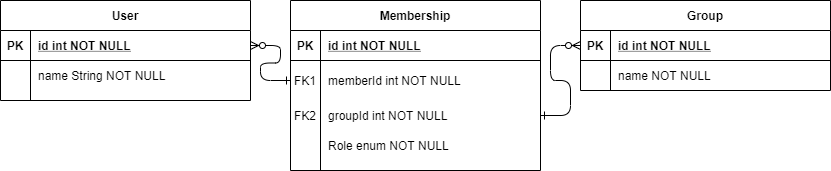
The draw.io diagram DBMS/groupSystem_rDBM.png in placetobeer/documentation, before a commit. Source tidied: cells renumbered, new cells last; positions are measured from the earlier drawing's top-left corner, leaving out a move shared by most shapes. Its diagram source:
```xml
<mxGraphModel>
  <root>
    <mxCell id="0" />
    <mxCell id="1" parent="0" />
    <mxCell id="2" style="edgeStyle=entityRelationEdgeStyle;endArrow=ERzeroToMany;startArrow=ERone;endFill=1;startFill=0;" parent="1" edge="1" source="10" target="14">
      <mxGeometry relative="1" as="geometry" />
    </mxCell>
    <mxCell id="3" value="Membership" style="shape=table;startSize=30;rowLines=0;fontStyle=1;align=center;" parent="1" vertex="1">
      <mxGeometry x="290" width="250" height="170" as="geometry" />
    </mxCell>
    <mxCell id="4" style="shape=partialRectangle;fillColor=none;top=0;left=0;right=0;bottom=1;" parent="3" vertex="1">
      <mxGeometry y="30" width="250" height="30" as="geometry" />
    </mxCell>
    <mxCell id="5" value="PK" style="shape=partialRectangle;overflow=hidden;fillColor=none;top=0;left=0;bottom=0;right=0;fontStyle=1;" parent="4" vertex="1">
      <mxGeometry width="30" height="30" as="geometry" />
    </mxCell>
    <mxCell id="6" value="id int NOT NULL " style="shape=partialRectangle;overflow=hidden;fillColor=none;top=0;left=0;bottom=0;right=0;align=left;spacingLeft=6;fontStyle=5;" parent="4" vertex="1">
      <mxGeometry x="30" width="220" height="30" as="geometry" />
    </mxCell>
    <mxCell id="7" style="shape=partialRectangle;fillColor=none;points=[[0,0.5],[1,0.5]];portConstraint=eastwest;top=0;left=0;right=0;bottom=0;" parent="3" vertex="1">
      <mxGeometry y="60" width="250" height="40" as="geometry" />
    </mxCell>
    <mxCell id="8" value="FK1" style="shape=partialRectangle;overflow=hidden;fillColor=none;top=0;left=0;bottom=0;right=0;" parent="7" vertex="1">
      <mxGeometry width="30" height="40" as="geometry" />
    </mxCell>
    <mxCell id="9" value="memberId int NOT NULL" style="shape=partialRectangle;overflow=hidden;fillColor=none;top=0;left=0;bottom=0;right=0;align=left;spacingLeft=6;" parent="7" vertex="1">
      <mxGeometry x="30" width="220" height="40" as="geometry" />
    </mxCell>
    <mxCell id="10" style="shape=partialRectangle;fillColor=none;points=[[0,0.5],[1,0.5]];portConstraint=eastwest;top=0;left=0;right=0;bottom=0;" parent="3" vertex="1">
      <mxGeometry y="100" width="250" height="30" as="geometry" />
    </mxCell>
    <mxCell id="11" value="FK2" style="shape=partialRectangle;overflow=hidden;fillColor=none;top=0;left=0;bottom=0;right=0;" parent="10" vertex="1">
      <mxGeometry width="30" height="30" as="geometry" />
    </mxCell>
    <mxCell id="12" value="groupId int NOT NULL" style="shape=partialRectangle;overflow=hidden;fillColor=none;top=0;left=0;bottom=0;right=0;align=left;spacingLeft=6;" parent="10" vertex="1">
      <mxGeometry x="30" width="220" height="30" as="geometry" />
    </mxCell>
    <mxCell id="13" value="Group" style="shape=table;startSize=30;rowLines=0;fontStyle=1;align=center;" parent="1" vertex="1">
      <mxGeometry x="580" width="250" height="90" as="geometry" />
    </mxCell>
    <mxCell id="14" style="shape=partialRectangle;fillColor=none;points=[[0,0.5],[1,0.5]];portConstraint=eastwest;top=0;left=0;right=0;bottom=1;" parent="13" vertex="1">
      <mxGeometry y="30" width="250" height="30" as="geometry" />
    </mxCell>
    <mxCell id="15" value="PK" style="shape=partialRectangle;overflow=hidden;fillColor=none;top=0;left=0;bottom=0;right=0;fontStyle=1;" parent="14" vertex="1">
      <mxGeometry width="30" height="30" as="geometry" />
    </mxCell>
    <mxCell id="16" value="id int NOT NULL " style="shape=partialRectangle;overflow=hidden;fillColor=none;top=0;left=0;bottom=0;right=0;align=left;spacingLeft=6;fontStyle=5;" parent="14" vertex="1">
      <mxGeometry x="30" width="220" height="30" as="geometry" />
    </mxCell>
    <mxCell id="17" style="shape=partialRectangle;fillColor=none;top=0;left=0;right=0;bottom=0;" parent="13" vertex="1">
      <mxGeometry y="60" width="250" height="30" as="geometry" />
    </mxCell>
    <mxCell id="18" style="shape=partialRectangle;overflow=hidden;fillColor=none;top=0;left=0;bottom=0;right=0;" parent="17" vertex="1">
      <mxGeometry width="30" height="30" as="geometry" />
    </mxCell>
    <mxCell id="19" value="name NOT NULL" style="shape=partialRectangle;overflow=hidden;fillColor=none;top=0;left=0;bottom=0;right=0;align=left;spacingLeft=6;" parent="17" vertex="1">
      <mxGeometry x="30" width="220" height="30" as="geometry" />
    </mxCell>
    <mxCell id="20" value="User" style="shape=table;startSize=30;rowLines=0;fontStyle=1;align=center;" parent="1" vertex="1">
      <mxGeometry width="250" height="100" as="geometry" />
    </mxCell>
    <mxCell id="21" style="shape=partialRectangle;fillColor=none;points=[[0,0.5],[1,0.5]];portConstraint=eastwest;top=0;left=0;right=0;bottom=1;" parent="20" vertex="1">
      <mxGeometry y="30" width="250" height="30" as="geometry" />
    </mxCell>
    <mxCell id="22" value="PK" style="shape=partialRectangle;overflow=hidden;fillColor=none;top=0;left=0;bottom=0;right=0;fontStyle=1;" parent="21" vertex="1">
      <mxGeometry width="30" height="30" as="geometry" />
    </mxCell>
    <mxCell id="23" value="id int NOT NULL " style="shape=partialRectangle;overflow=hidden;fillColor=none;top=0;left=0;bottom=0;right=0;align=left;spacingLeft=6;fontStyle=5;" parent="21" vertex="1">
      <mxGeometry x="30" width="220" height="30" as="geometry" />
    </mxCell>
    <mxCell id="24" style="shape=partialRectangle;fillColor=none;top=0;left=0;right=0;bottom=0;" parent="20" vertex="1">
      <mxGeometry y="60" width="250" height="30" as="geometry" />
    </mxCell>
    <mxCell id="25" style="shape=partialRectangle;overflow=hidden;fillColor=none;top=0;left=0;bottom=0;right=0;" parent="24" vertex="1">
      <mxGeometry width="30" height="30" as="geometry" />
    </mxCell>
    <mxCell id="26" value="name String NOT NULL" style="shape=partialRectangle;overflow=hidden;fillColor=none;top=0;left=0;bottom=0;right=0;align=left;spacingLeft=6;" parent="24" vertex="1">
      <mxGeometry x="30" width="220" height="30" as="geometry" />
    </mxCell>
    <mxCell id="27" value="Role enum NOT NULL" style="shape=partialRectangle;overflow=hidden;fillColor=none;top=0;left=0;bottom=0;right=0;align=left;spacingLeft=6;" parent="1" vertex="1">
      <mxGeometry x="320" y="130" width="220" height="30" as="geometry" />
    </mxCell>
    <mxCell id="28" style="edgeStyle=entityRelationEdgeStyle;endArrow=ERzeroToMany;startArrow=ERone;endFill=1;startFill=0;" parent="1" edge="1" source="7" target="21">
      <mxGeometry relative="1" as="geometry" />
    </mxCell>
  </root>
</mxGraphModel>
```
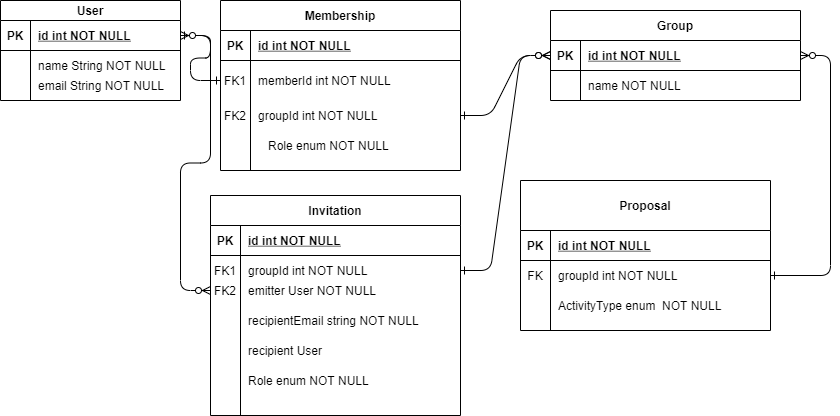
The same file after the commit.

Commit message:
reworked rDBM

The edit, as a diff of the source:
```diff
@@ -6,37 +6,37 @@
       <mxGeometry relative="1" as="geometry" />
     </mxCell>
     <mxCell id="3" value="Membership" style="shape=table;startSize=30;rowLines=0;fontStyle=1;align=center;" parent="1" vertex="1">
-      <mxGeometry x="290" width="250" height="170" as="geometry" />
+      <mxGeometry x="220" width="240" height="170" as="geometry" />
     </mxCell>
     <mxCell id="4" style="shape=partialRectangle;fillColor=none;top=0;left=0;right=0;bottom=1;" parent="3" vertex="1">
-      <mxGeometry y="30" width="250" height="30" as="geometry" />
+      <mxGeometry y="30" width="240" height="30" as="geometry" />
     </mxCell>
     <mxCell id="5" value="PK" style="shape=partialRectangle;overflow=hidden;fillColor=none;top=0;left=0;bottom=0;right=0;fontStyle=1;" parent="4" vertex="1">
       <mxGeometry width="30" height="30" as="geometry" />
     </mxCell>
     <mxCell id="6" value="id int NOT NULL " style="shape=partialRectangle;overflow=hidden;fillColor=none;top=0;left=0;bottom=0;right=0;align=left;spacingLeft=6;fontStyle=5;" parent="4" vertex="1">
-      <mxGeometry x="30" width="220" height="30" as="geometry" />
+      <mxGeometry x="30" width="210" height="30" as="geometry" />
     </mxCell>
     <mxCell id="7" style="shape=partialRectangle;fillColor=none;points=[[0,0.5],[1,0.5]];portConstraint=eastwest;top=0;left=0;right=0;bottom=0;" parent="3" vertex="1">
-      <mxGeometry y="60" width="250" height="40" as="geometry" />
+      <mxGeometry y="60" width="240" height="40" as="geometry" />
     </mxCell>
     <mxCell id="8" value="FK1" style="shape=partialRectangle;overflow=hidden;fillColor=none;top=0;left=0;bottom=0;right=0;" parent="7" vertex="1">
       <mxGeometry width="30" height="40" as="geometry" />
     </mxCell>
     <mxCell id="9" value="memberId int NOT NULL" style="shape=partialRectangle;overflow=hidden;fillColor=none;top=0;left=0;bottom=0;right=0;align=left;spacingLeft=6;" parent="7" vertex="1">
-      <mxGeometry x="30" width="220" height="40" as="geometry" />
+      <mxGeometry x="30" width="210" height="40" as="geometry" />
     </mxCell>
     <mxCell id="10" style="shape=partialRectangle;fillColor=none;points=[[0,0.5],[1,0.5]];portConstraint=eastwest;top=0;left=0;right=0;bottom=0;" parent="3" vertex="1">
-      <mxGeometry y="100" width="250" height="30" as="geometry" />
+      <mxGeometry y="100" width="240" height="30" as="geometry" />
     </mxCell>
     <mxCell id="11" value="FK2" style="shape=partialRectangle;overflow=hidden;fillColor=none;top=0;left=0;bottom=0;right=0;" parent="10" vertex="1">
       <mxGeometry width="30" height="30" as="geometry" />
     </mxCell>
     <mxCell id="12" value="groupId int NOT NULL" style="shape=partialRectangle;overflow=hidden;fillColor=none;top=0;left=0;bottom=0;right=0;align=left;spacingLeft=6;" parent="10" vertex="1">
-      <mxGeometry x="30" width="220" height="30" as="geometry" />
+      <mxGeometry x="30" width="210" height="30" as="geometry" />
     </mxCell>
     <mxCell id="13" value="Group" style="shape=table;startSize=30;rowLines=0;fontStyle=1;align=center;" parent="1" vertex="1">
-      <mxGeometry x="580" width="250" height="90" as="geometry" />
+      <mxGeometry x="550" y="10" width="250" height="90" as="geometry" />
     </mxCell>
     <mxCell id="14" style="shape=partialRectangle;fillColor=none;points=[[0,0.5],[1,0.5]];portConstraint=eastwest;top=0;left=0;right=0;bottom=1;" parent="13" vertex="1">
       <mxGeometry y="30" width="250" height="30" as="geometry" />
@@ -56,32 +56,109 @@
     <mxCell id="19" value="name NOT NULL" style="shape=partialRectangle;overflow=hidden;fillColor=none;top=0;left=0;bottom=0;right=0;align=left;spacingLeft=6;" parent="17" vertex="1">
       <mxGeometry x="30" width="220" height="30" as="geometry" />
     </mxCell>
-    <mxCell id="20" value="User" style="shape=table;startSize=30;rowLines=0;fontStyle=1;align=center;" parent="1" vertex="1">
-      <mxGeometry width="250" height="100" as="geometry" />
+    <mxCell id="20" value="User" style="shape=table;startSize=20;rowLines=0;fontStyle=1;align=center;" parent="1" vertex="1">
+      <mxGeometry width="180" height="100" as="geometry" />
     </mxCell>
     <mxCell id="21" style="shape=partialRectangle;fillColor=none;points=[[0,0.5],[1,0.5]];portConstraint=eastwest;top=0;left=0;right=0;bottom=1;" parent="20" vertex="1">
-      <mxGeometry y="30" width="250" height="30" as="geometry" />
+      <mxGeometry y="20" width="180" height="30" as="geometry" />
     </mxCell>
     <mxCell id="22" value="PK" style="shape=partialRectangle;overflow=hidden;fillColor=none;top=0;left=0;bottom=0;right=0;fontStyle=1;" parent="21" vertex="1">
       <mxGeometry width="30" height="30" as="geometry" />
     </mxCell>
     <mxCell id="23" value="id int NOT NULL " style="shape=partialRectangle;overflow=hidden;fillColor=none;top=0;left=0;bottom=0;right=0;align=left;spacingLeft=6;fontStyle=5;" parent="21" vertex="1">
-      <mxGeometry x="30" width="220" height="30" as="geometry" />
+      <mxGeometry x="30" width="150" height="30" as="geometry" />
     </mxCell>
     <mxCell id="24" style="shape=partialRectangle;fillColor=none;top=0;left=0;right=0;bottom=0;" parent="20" vertex="1">
-      <mxGeometry y="60" width="250" height="30" as="geometry" />
+      <mxGeometry y="50" width="180" height="30" as="geometry" />
     </mxCell>
     <mxCell id="25" style="shape=partialRectangle;overflow=hidden;fillColor=none;top=0;left=0;bottom=0;right=0;" parent="24" vertex="1">
       <mxGeometry width="30" height="30" as="geometry" />
     </mxCell>
     <mxCell id="26" value="name String NOT NULL" style="shape=partialRectangle;overflow=hidden;fillColor=none;top=0;left=0;bottom=0;right=0;align=left;spacingLeft=6;" parent="24" vertex="1">
-      <mxGeometry x="30" width="220" height="30" as="geometry" />
+      <mxGeometry x="30" width="150" height="30" as="geometry" />
     </mxCell>
+    <mxCell id="29" style="edgeStyle=entityRelationEdgeStyle;endArrow=ERzeroToMany;startArrow=ERone;endFill=1;startFill=0;" parent="20" edge="1" source="21">
+      <mxGeometry relative="1" as="geometry">
+        <mxPoint x="210" y="290" as="targetPoint" />
+      </mxGeometry>
+    </mxCell>
     <mxCell id="27" value="Role enum NOT NULL" style="shape=partialRectangle;overflow=hidden;fillColor=none;top=0;left=0;bottom=0;right=0;align=left;spacingLeft=6;" parent="1" vertex="1">
-      <mxGeometry x="320" y="130" width="220" height="30" as="geometry" />
+      <mxGeometry x="260" y="130" width="220" height="30" as="geometry" />
     </mxCell>
     <mxCell id="28" style="edgeStyle=entityRelationEdgeStyle;endArrow=ERzeroToMany;startArrow=ERone;endFill=1;startFill=0;" parent="1" edge="1" source="7" target="21">
       <mxGeometry relative="1" as="geometry" />
     </mxCell>
+    <mxCell id="30" value="Proposal" style="shape=table;startSize=50;rowLines=0;fontStyle=1;align=center;" parent="1" vertex="1">
+      <mxGeometry x="520" y="180" width="250" height="150" as="geometry" />
+    </mxCell>
+    <mxCell id="31" style="shape=partialRectangle;fillColor=none;top=0;left=0;right=0;bottom=1;" parent="30" vertex="1">
+      <mxGeometry y="50" width="250" height="30" as="geometry" />
+    </mxCell>
+    <mxCell id="32" value="PK" style="shape=partialRectangle;overflow=hidden;fillColor=none;top=0;left=0;bottom=0;right=0;fontStyle=1;" parent="31" vertex="1">
+      <mxGeometry width="30" height="30" as="geometry" />
+    </mxCell>
+    <mxCell id="33" value="id int NOT NULL " style="shape=partialRectangle;overflow=hidden;fillColor=none;top=0;left=0;bottom=0;right=0;align=left;spacingLeft=6;fontStyle=5;" parent="31" vertex="1">
+      <mxGeometry x="30" width="220" height="30" as="geometry" />
+    </mxCell>
+    <mxCell id="34" style="shape=partialRectangle;fillColor=none;points=[[0,0.5],[1,0.5]];portConstraint=eastwest;top=0;left=0;right=0;bottom=0;" parent="30" vertex="1">
+      <mxGeometry y="80" width="250" height="30" as="geometry" />
+    </mxCell>
+    <mxCell id="35" value="FK" style="shape=partialRectangle;overflow=hidden;fillColor=none;top=0;left=0;bottom=0;right=0;" parent="34" vertex="1">
+      <mxGeometry width="30" height="30" as="geometry" />
+    </mxCell>
+    <mxCell id="36" value="groupId int NOT NULL" style="shape=partialRectangle;overflow=hidden;fillColor=none;top=0;left=0;bottom=0;right=0;align=left;spacingLeft=6;" parent="34" vertex="1">
+      <mxGeometry x="30" width="220" height="30" as="geometry" />
+    </mxCell>
+    <mxCell id="37" value="ActivityType enum  NOT NULL" style="shape=partialRectangle;overflow=hidden;fillColor=none;top=0;left=0;bottom=0;right=0;align=left;spacingLeft=6;" parent="1" vertex="1">
+      <mxGeometry x="550" y="290" width="220" height="30" as="geometry" />
+    </mxCell>
+    <mxCell id="38" value="emitter User NOT NULL" style="shape=partialRectangle;overflow=hidden;fillColor=none;top=0;left=0;bottom=0;right=0;align=left;spacingLeft=6;" parent="1" vertex="1">
+      <mxGeometry x="240" y="275" width="220" height="30" as="geometry" />
+    </mxCell>
+    <mxCell id="39" style="edgeStyle=entityRelationEdgeStyle;endArrow=ERzeroToMany;startArrow=ERone;endFill=1;startFill=0;" parent="1" edge="1" source="34" target="14">
+      <mxGeometry relative="1" as="geometry" />
+    </mxCell>
+    <mxCell id="40" value="Invitation" style="shape=table;startSize=30;rowLines=0;fontStyle=1;align=center;" parent="1" vertex="1">
+      <mxGeometry x="210" y="195" width="250" height="220" as="geometry" />
+    </mxCell>
+    <mxCell id="41" style="shape=partialRectangle;fillColor=none;top=0;left=0;right=0;bottom=1;" parent="40" vertex="1">
+      <mxGeometry y="30" width="250" height="30" as="geometry" />
+    </mxCell>
+    <mxCell id="42" value="PK" style="shape=partialRectangle;overflow=hidden;fillColor=none;top=0;left=0;bottom=0;right=0;fontStyle=1;" parent="41" vertex="1">
+      <mxGeometry width="30" height="30" as="geometry" />
+    </mxCell>
+    <mxCell id="43" value="id int NOT NULL " style="shape=partialRectangle;overflow=hidden;fillColor=none;top=0;left=0;bottom=0;right=0;align=left;spacingLeft=6;fontStyle=5;" parent="41" vertex="1">
+      <mxGeometry x="30" width="220" height="30" as="geometry" />
+    </mxCell>
+    <mxCell id="44" style="shape=partialRectangle;fillColor=none;points=[[0,0.5],[1,0.5]];portConstraint=eastwest;top=0;left=0;right=0;bottom=0;" parent="40" vertex="1">
+      <mxGeometry y="60" width="250" height="30" as="geometry" />
+    </mxCell>
+    <mxCell id="45" value="FK1" style="shape=partialRectangle;overflow=hidden;fillColor=none;top=0;left=0;bottom=0;right=0;" parent="44" vertex="1">
+      <mxGeometry width="30" height="30" as="geometry" />
+    </mxCell>
+    <mxCell id="46" value="groupId int NOT NULL" style="shape=partialRectangle;overflow=hidden;fillColor=none;top=0;left=0;bottom=0;right=0;align=left;spacingLeft=6;" parent="44" vertex="1">
+      <mxGeometry x="30" width="220" height="30" as="geometry" />
+    </mxCell>
+    <mxCell id="47" value="FK2" style="shape=partialRectangle;overflow=hidden;fillColor=none;top=0;left=0;bottom=0;right=0;" parent="1" vertex="1">
+      <mxGeometry x="210" y="275" width="30" height="30" as="geometry" />
+    </mxCell>
+    <mxCell id="48" style="shape=partialRectangle;overflow=hidden;fillColor=none;top=0;left=0;bottom=0;right=0;" parent="1" vertex="1">
+      <mxGeometry x="210" y="305" width="30" height="30" as="geometry" />
+    </mxCell>
+    <mxCell id="49" value="recipientEmail string NOT NULL" style="shape=partialRectangle;overflow=hidden;fillColor=none;top=0;left=0;bottom=0;right=0;align=left;spacingLeft=6;" parent="1" vertex="1">
+      <mxGeometry x="240" y="305" width="220" height="30" as="geometry" />
+    </mxCell>
+    <mxCell id="50" value="recipient User" style="shape=partialRectangle;overflow=hidden;fillColor=none;top=0;left=0;bottom=0;right=0;align=left;spacingLeft=6;" parent="1" vertex="1">
+      <mxGeometry x="240" y="335" width="220" height="30" as="geometry" />
+    </mxCell>
+    <mxCell id="51" value="email String NOT NULL" style="shape=partialRectangle;overflow=hidden;fillColor=none;top=0;left=0;bottom=0;right=0;align=left;spacingLeft=6;" parent="1" vertex="1">
+      <mxGeometry x="30" y="70" width="150" height="30" as="geometry" />
+    </mxCell>
+    <mxCell id="52" value="Role enum NOT NULL" style="shape=partialRectangle;overflow=hidden;fillColor=none;top=0;left=0;bottom=0;right=0;align=left;spacingLeft=6;" parent="1" vertex="1">
+      <mxGeometry x="240" y="365" width="220" height="30" as="geometry" />
+    </mxCell>
+    <mxCell id="53" style="edgeStyle=entityRelationEdgeStyle;endArrow=ERzeroToMany;startArrow=ERone;endFill=1;startFill=0;" parent="1" edge="1" source="44" target="14">
+      <mxGeometry relative="1" as="geometry" />
+    </mxCell>
   </root>
 </mxGraphModel>
```
